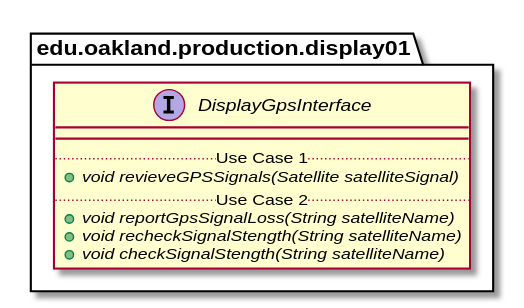
Above: docs/uml-class-diagrams/display01/production/DisplayGpsInterface/DisplayGpsInterface.svg in elilley15/csi-3370-software-project (PlantUML), before the change. The source it was exported from:
```plantuml
@startuml DisplayGpsInterface

package edu.oakland.production.display01 {
    interface DisplayGpsInterface {
        __
        .. Use Case 1 ..
        {abstract} + void revieveGPSSignals(Satellite satelliteSignal)
        .. Use Case 2 ..
        {abstract} + void reportGpsSignalLoss(String satelliteName)
        {abstract} + void recheckSignalStength(String satelliteName)
        {abstract} + void checkSignalStength(String satelliteName)
    }
}

@enduml
```
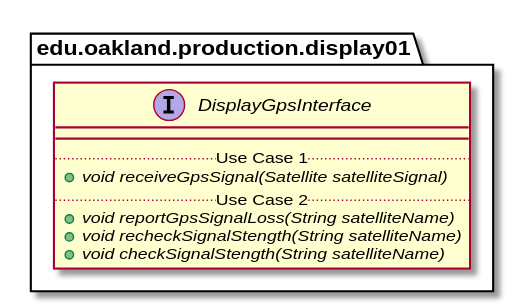
After the commit.

What changed in the source:
```diff
@@ -4,7 +4,7 @@
     interface DisplayGpsInterface {
         __
         .. Use Case 1 ..
-        {abstract} + void revieveGPSSignals(Satellite satelliteSignal)
+        {abstract} + void receiveGpsSignal(Satellite satelliteSignal)
         .. Use Case 2 ..
         {abstract} + void reportGpsSignalLoss(String satelliteName)
         {abstract} + void recheckSignalStength(String satelliteName)
```
